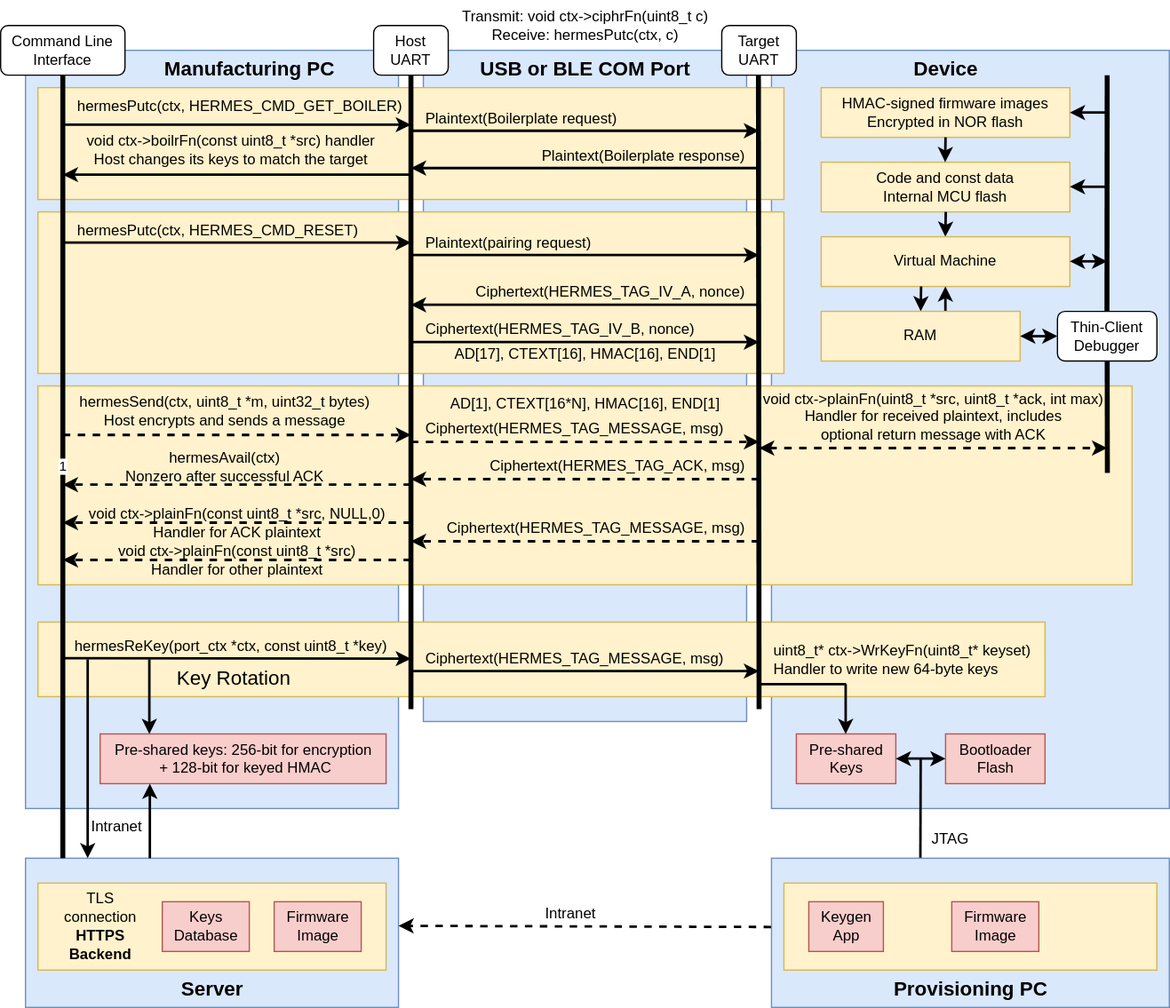
Before: docs/call-flow.svg, a diagram exported from draw.io (bradleyeckert/hermes). Source tidied: cells renumbered, new cells last; positions are measured from the earlier drawing's top-left corner, leaving out a move shared by most shapes.
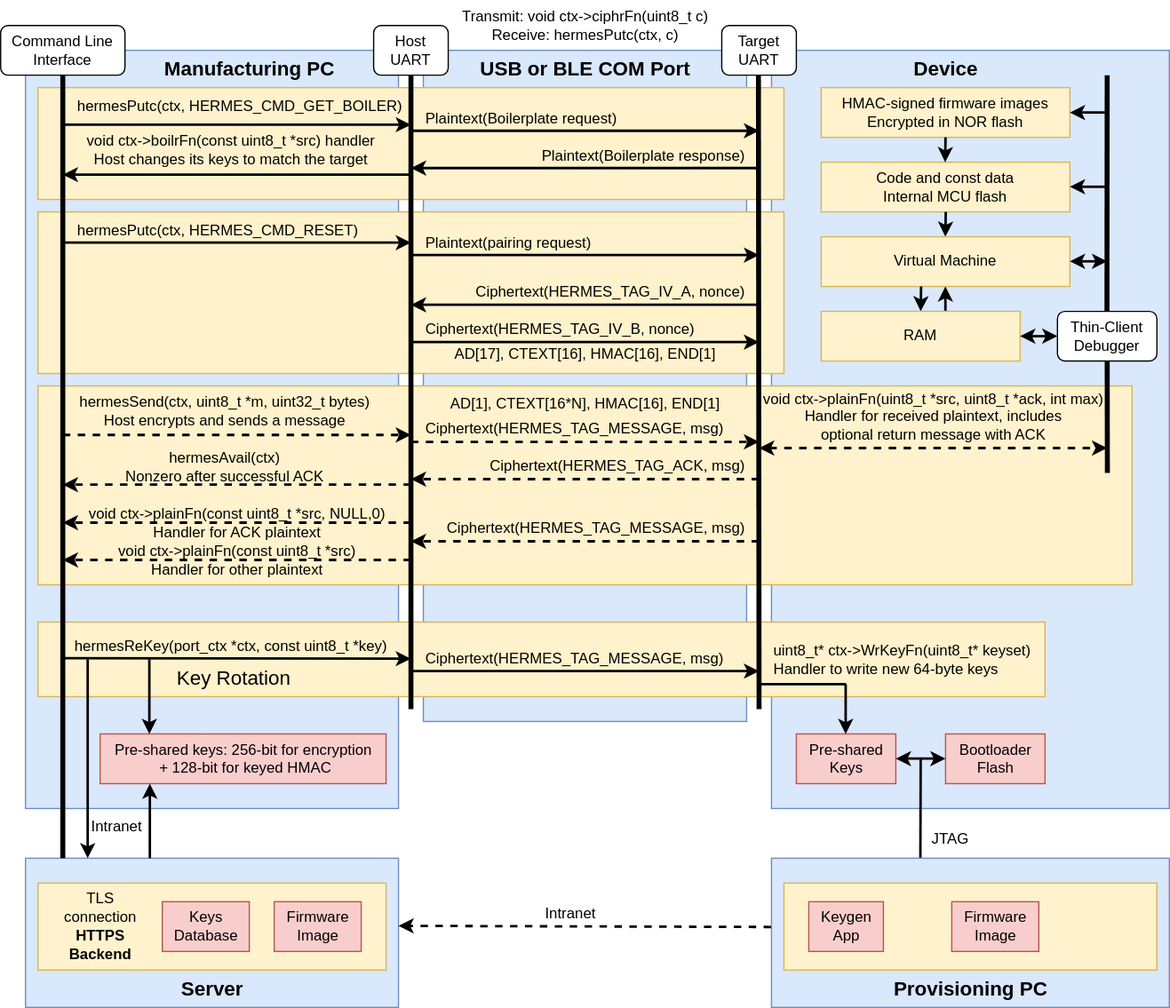
The same diagram one commit later.

Change to the diagram source:
```diff
@@ -246,7 +246,7 @@
         <mxPoint x="679.7" y="590" as="targetPoint" />
       </mxGeometry>
     </mxCell>
-    <mxCell id="62" value="1" style="endArrow=none;html=1;entryX=0.5;entryY=1;entryDx=0;entryDy=0;strokeWidth=4;" parent="1" edge="1" target="45">
+    <mxCell id="62" style="endArrow=none;html=1;entryX=0.5;entryY=1;entryDx=0;entryDy=0;strokeWidth=4;" parent="1" edge="1" target="45">
       <mxGeometry relative="1" as="geometry">
         <mxPoint x="50" y="690" as="sourcePoint" />
       </mxGeometry>
```
